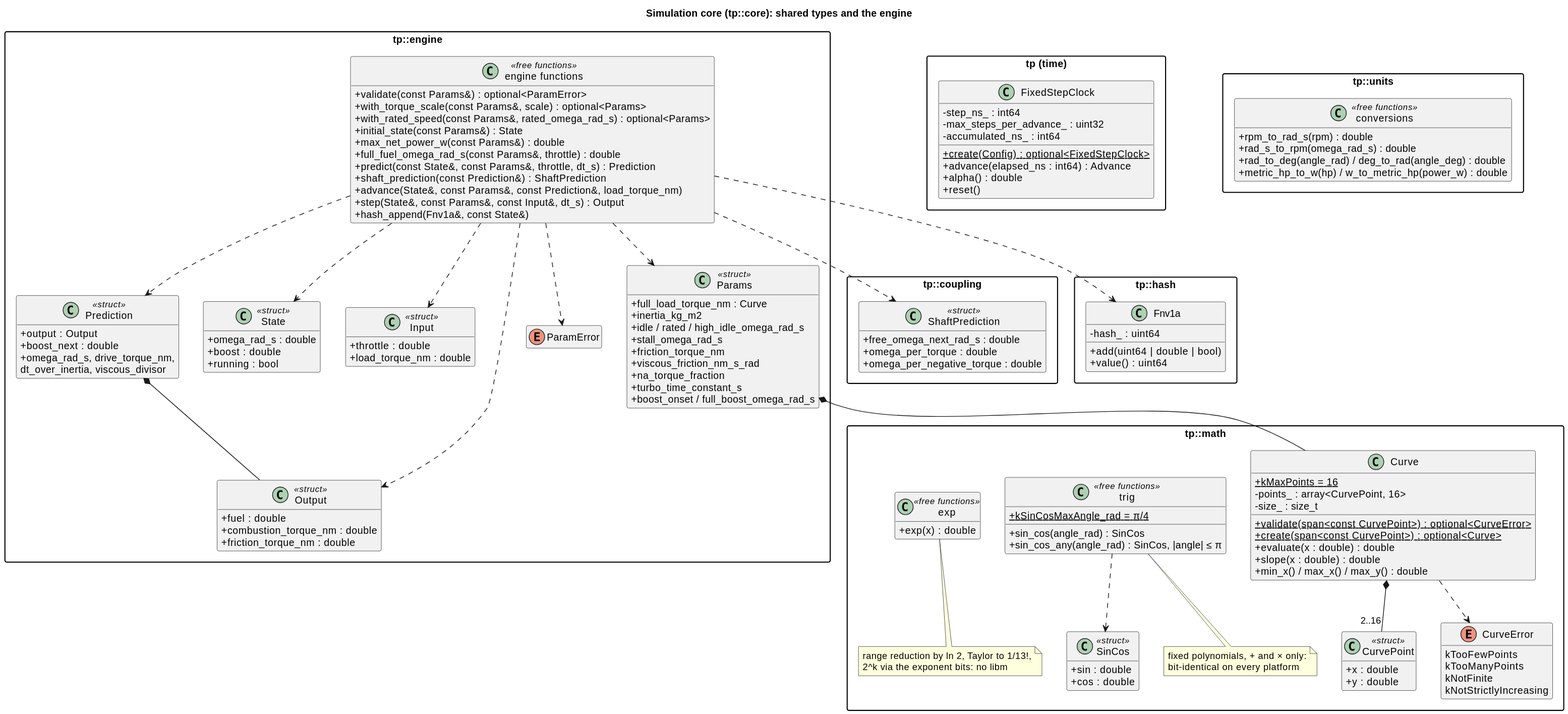
wversteeg/TractorPulling keeps this PlantUML diagram as docs/diagrams/svg/core_classes.svg. Above is the earlier version.
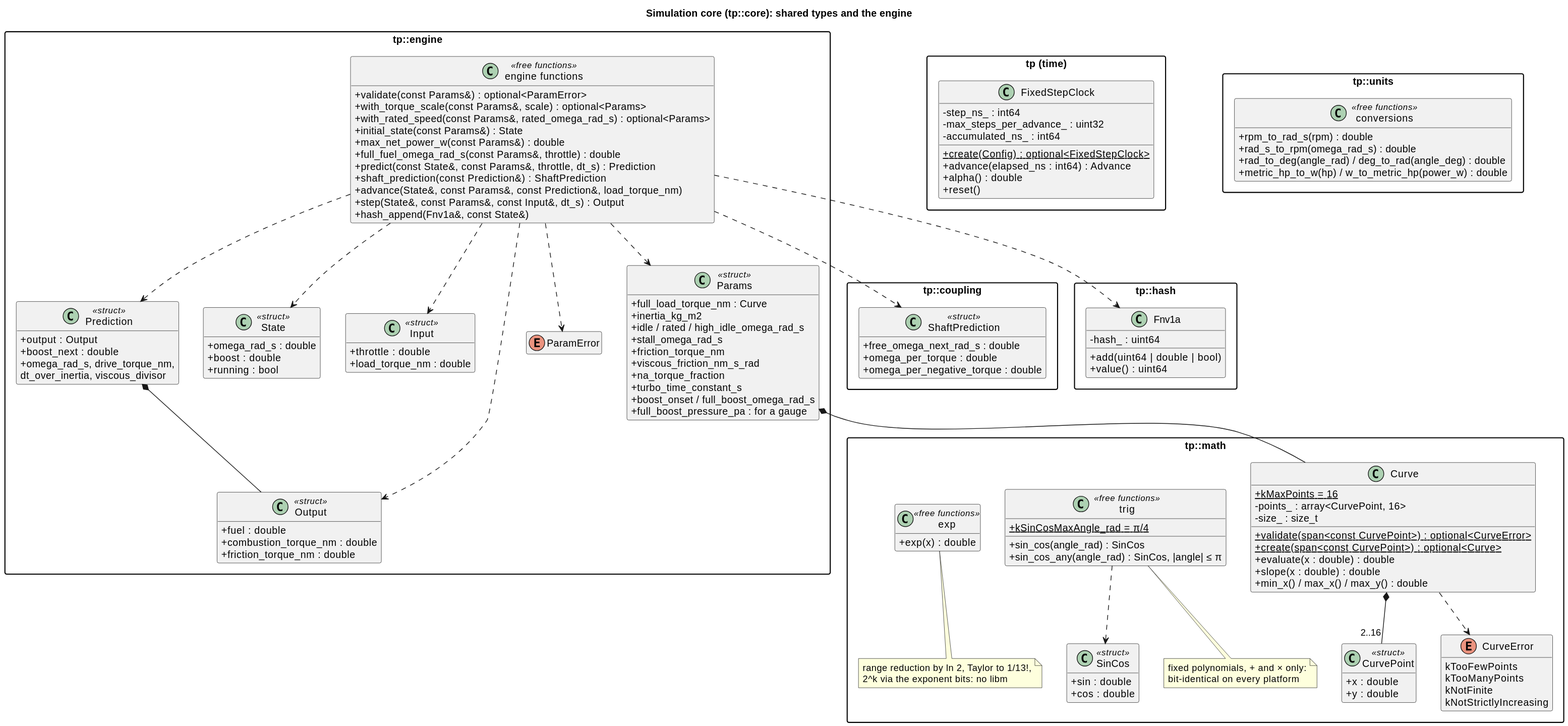
The same file after the commit.

Diff of the diagram source:
```diff
@@ -69,6 +69,7 @@
       +na_torque_fraction
       +turbo_time_constant_s
       +boost_onset / full_boost_omega_rad_s
+      +full_boost_pressure_pa : for a gauge
     }
     class State <<struct>> {
       +omega_rad_s : double
```
